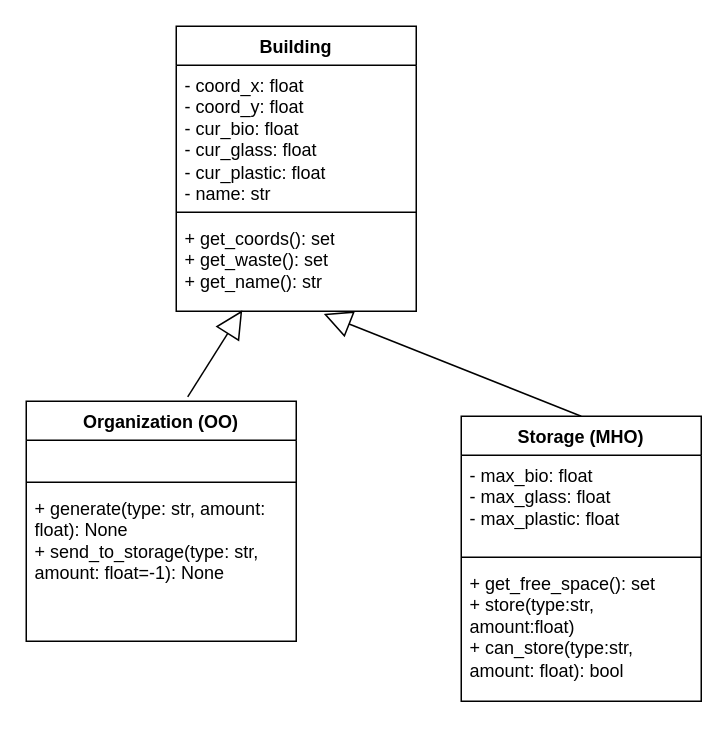
Earlier version of the draw.io diagram uml.drawio (Racoon11/green_atom_internship). Source tidied: cells renumbered, new cells numbered last; positions are measured from the earlier drawing's top-left corner, leaving out a move shared by most shapes. Both pictures are drawn from the tidied source at 150%, with x=0, y=0 at pixel (26, 26).
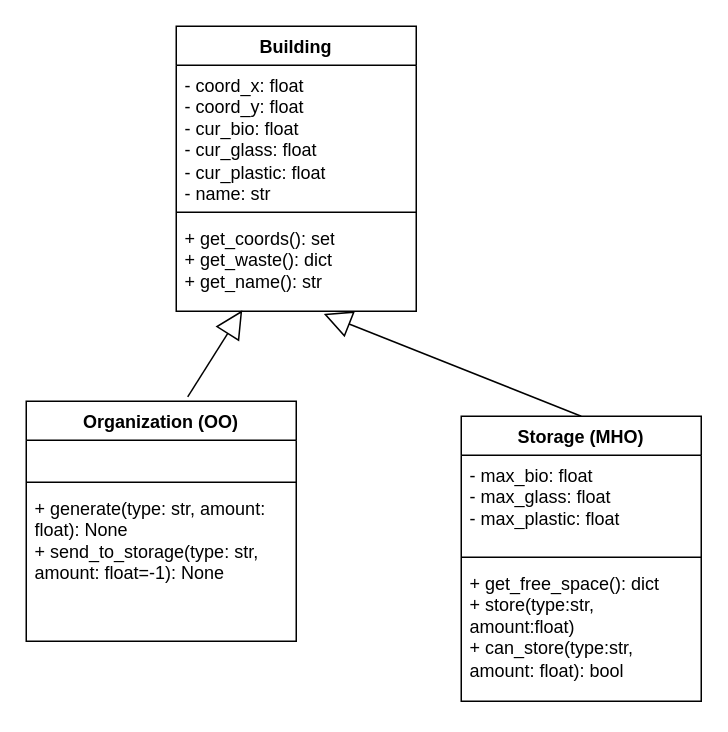
Above is the later version.

What changed in the source:
```diff
@@
 <mxGraphModel>
   <root>
     <mxCell id="0" />
     <mxCell id="1" parent="0" />
     <mxCell id="2" value="Organization (OO)" style="swimlane;fontStyle=1;align=center;verticalAlign=top;horizontal=1;startSize=26;whiteSpace=wrap;html=1;" parent="1" vertex="1">
       <mxGeometry y="250" width="180" height="160" as="geometry" />
     </mxCell>
     <mxCell id="3" value="&amp;nbsp;" style="text;strokeColor=none;fillColor=none;align=left;verticalAlign=top;spacingLeft=4;spacingRight=4;overflow=hidden;whiteSpace=wrap;html=1;" parent="2" vertex="1">
       <mxGeometry y="26" width="180" height="24" as="geometry" />
     </mxCell>
     <mxCell id="4" style="line;strokeWidth=1;fillColor=none;align=left;verticalAlign=middle;spacingTop=-1;spacingLeft=3;spacingRight=3;labelPosition=right;strokeColor=inherit;" parent="2" vertex="1">
       <mxGeometry y="50" width="180" height="8" as="geometry" />
     </mxCell>
     <mxCell id="5" value="+ generate(type: str, amount: float): None&lt;div&gt;+ send_to_storage(type: str, amount: float=-1): None&lt;/div&gt;&lt;div&gt;&lt;br&gt;&lt;/div&gt;" style="text;strokeColor=none;fillColor=none;align=left;verticalAlign=top;spacingLeft=4;spacingRight=4;overflow=hidden;whiteSpace=wrap;html=1;" parent="2" vertex="1">
       <mxGeometry y="58" width="180" height="102" as="geometry" />
     </mxCell>
     <mxCell id="6" value="Storage (MHO)" style="swimlane;fontStyle=1;align=center;verticalAlign=top;horizontal=1;startSize=26;whiteSpace=wrap;html=1;" parent="1" vertex="1">
       <mxGeometry x="290" y="260" width="160" height="190" as="geometry" />
     </mxCell>
     <mxCell id="7" value="- max_bio: float&lt;div&gt;- max_glass: float&lt;/div&gt;&lt;div&gt;- max_plastic: float&lt;br&gt;&lt;/div&gt;" style="text;strokeColor=none;fillColor=none;align=left;verticalAlign=top;spacingLeft=4;spacingRight=4;overflow=hidden;whiteSpace=wrap;html=1;" parent="6" vertex="1">
       <mxGeometry y="26" width="160" height="64" as="geometry" />
     </mxCell>
     <mxCell id="8" style="line;strokeWidth=1;fillColor=none;align=left;verticalAlign=middle;spacingTop=-1;spacingLeft=3;spacingRight=3;labelPosition=right;strokeColor=inherit;" parent="6" vertex="1">
       <mxGeometry y="90" width="160" height="8" as="geometry" />
     </mxCell>
-    <mxCell id="9" value="+ get_free_space(): set&lt;div&gt;+ store(type:str, amount:float)&lt;/div&gt;&lt;div&gt;+ can_store(type:str, amount: float): bool&lt;/div&gt;" style="text;strokeColor=none;fillColor=none;align=left;verticalAlign=top;spacingLeft=4;spacingRight=4;overflow=hidden;whiteSpace=wrap;html=1;" parent="6" vertex="1">
+    <mxCell id="9" value="+ get_free_space(): dict&lt;div&gt;+ store(type:str, amount:float)&lt;/div&gt;&lt;div&gt;+ can_store(type:str, amount: float): bool&lt;/div&gt;" style="text;strokeColor=none;fillColor=none;align=left;verticalAlign=top;spacingLeft=4;spacingRight=4;overflow=hidden;whiteSpace=wrap;html=1;" parent="6" vertex="1">
       <mxGeometry y="98" width="160" height="92" as="geometry" />
     </mxCell>
     <mxCell id="10" value="Building" style="swimlane;fontStyle=1;align=center;verticalAlign=top;horizontal=1;startSize=26;whiteSpace=wrap;html=1;" parent="1" vertex="1">
       <mxGeometry x="100" width="160" height="190" as="geometry" />
     </mxCell>
     <mxCell id="11" value="- coord_x: float&lt;div&gt;- coord_y: float&lt;/div&gt;&lt;div&gt;&lt;div&gt;- cur_bio: float&lt;/div&gt;&lt;div&gt;- cur_glass: float&lt;/div&gt;&lt;div&gt;- cur_plastic: float&lt;/div&gt;&lt;/div&gt;&lt;div&gt;- name: str&lt;/div&gt;" style="text;strokeColor=none;fillColor=none;align=left;verticalAlign=top;spacingLeft=4;spacingRight=4;overflow=hidden;whiteSpace=wrap;html=1;" parent="10" vertex="1">
       <mxGeometry y="26" width="160" height="94" as="geometry" />
     </mxCell>
     <mxCell id="12" style="line;strokeWidth=1;fillColor=none;align=left;verticalAlign=middle;spacingTop=-1;spacingLeft=3;spacingRight=3;labelPosition=right;strokeColor=inherit;" parent="10" vertex="1">
       <mxGeometry y="120" width="160" height="8" as="geometry" />
     </mxCell>
-    <mxCell id="13" value="&lt;div&gt;+ get_coords(): set&lt;/div&gt;&lt;div&gt;+ get_waste(): set&lt;/div&gt;&lt;div&gt;+ get_name(): str&lt;/div&gt;" style="text;strokeColor=none;fillColor=none;align=left;verticalAlign=top;spacingLeft=4;spacingRight=4;overflow=hidden;points=[[0,0.5],[1,0.5]];portConstraint=eastwest;whiteSpace=wrap;html=1;" parent="10" vertex="1">
+    <mxCell id="13" value="&lt;div&gt;+ get_coords(): set&lt;/div&gt;&lt;div&gt;+ get_waste(): dict&lt;/div&gt;&lt;div&gt;+ get_name(): str&lt;/div&gt;" style="text;strokeColor=none;fillColor=none;align=left;verticalAlign=top;spacingLeft=4;spacingRight=4;overflow=hidden;points=[[0,0.5],[1,0.5]];portConstraint=eastwest;whiteSpace=wrap;html=1;" parent="10" vertex="1">
       <mxGeometry y="128" width="160" height="62" as="geometry" />
     </mxCell>
     <mxCell id="14" style="endArrow=block;endSize=16;endFill=0;html=1;rounded=0;exitX=0.598;exitY=-0.018;exitDx=0;exitDy=0;exitPerimeter=0;entryX=0.275;entryY=0.99;entryDx=0;entryDy=0;entryPerimeter=0;" parent="1" edge="1" source="2" target="13">
       <mxGeometry relative="1" as="geometry" />
     </mxCell>
     <mxCell id="15" style="endArrow=block;endSize=16;endFill=0;html=1;rounded=0;exitX=0.5;exitY=0;exitDx=0;exitDy=0;entryX=0.615;entryY=1.029;entryDx=0;entryDy=0;entryPerimeter=0;" parent="1" edge="1" source="6" target="13">
       <mxGeometry relative="1" as="geometry" />
     </mxCell>
   </root>
 </mxGraphModel>
```
